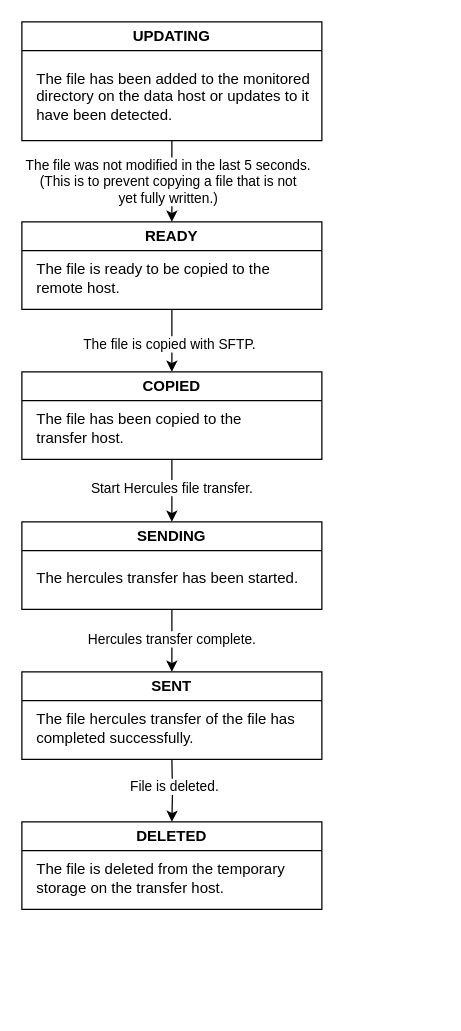
aaronbojarski/hercules_sftp_setup keeps this draw.io diagram as docs/file_states.drawio. Above is the earlier version. Source tidied: cells renumbered, new cells numbered last; positions are measured from the earlier drawing's top-left corner, leaving out a move shared by most shapes. Both pictures are drawn from the tidied source at 125%, with x=0, y=0 at pixel (21, 21).
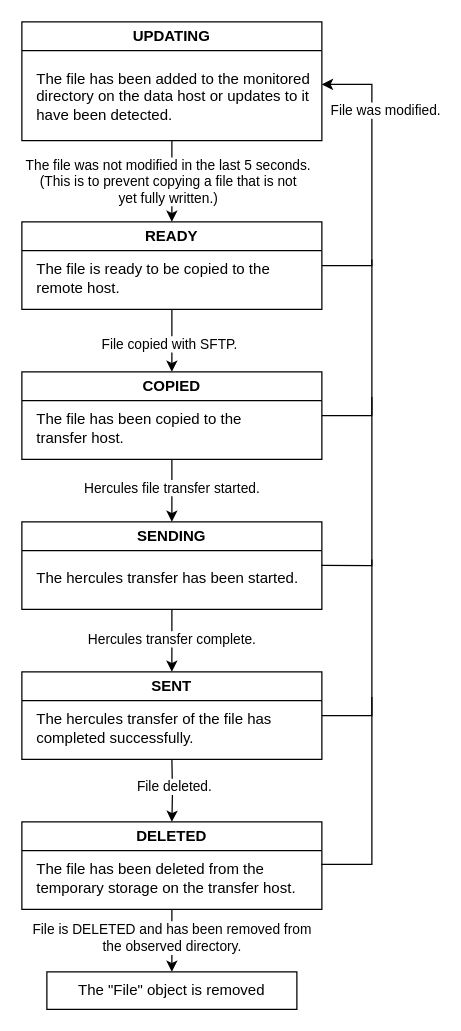
After the change.

The change refers to these unchanged cells:
```xml
<mxCell id="4" value="READY" style="swimlane;whiteSpace=wrap;html=1;" parent="1" vertex="1">
  <mxGeometry y="160" width="240" height="70" as="geometry" />
</mxCell>
<mxCell id="8" style="edgeStyle=orthogonalEdgeStyle;rounded=0;jettySize=auto;html=1;entryX=0.5;entryY=0;entryDx=0;entryDy=0;" parent="1" edge="1" source="10" target="16">
  <mxGeometry relative="1" as="geometry" />
</mxCell>
<mxCell id="10" value="COPIED" style="swimlane;whiteSpace=wrap;html=1;" parent="1" vertex="1">
  <mxGeometry y="280" width="240" height="70" as="geometry" />
</mxCell>
<mxCell id="12" style="endArrow=classic;html=1;rounded=0;exitX=0.5;exitY=1;exitDx=0;exitDy=0;entryX=0.5;entryY=0;entryDx=0;entryDy=0;" parent="1" edge="1" source="4" target="10">
  <mxGeometry relative="1" as="geometry" />
</mxCell>
<mxCell id="17" value="The hercules transfer has been started." style="text;html=1;align=left;verticalAlign=middle;points=[];strokeColor=none;fillColor=none;" parent="16" vertex="1">
  <mxGeometry x="10" y="30" width="230" height="30" as="geometry" />
</mxCell>
<mxCell id="18" value="SENT" style="swimlane;whiteSpace=wrap;html=1;" parent="1" vertex="1">
  <mxGeometry y="520" width="240" height="70" as="geometry" />
</mxCell>
<mxCell id="20" value="DELETED" style="swimlane;whiteSpace=wrap;html=1;" parent="1" vertex="1">
  <mxGeometry y="640" width="240" height="70" as="geometry" />
</mxCell>
<mxCell id="22" style="edgeStyle=orthogonalEdgeStyle;rounded=0;jettySize=auto;html=1;entryX=0.5;entryY=0;entryDx=0;entryDy=0;" parent="1" edge="1" target="20">
  <mxGeometry relative="1" as="geometry">
    <mxPoint x="120" y="590" as="sourcePoint" />
  </mxGeometry>
</mxCell>
```

Change to the diagram source:
```diff
@@
-    <mxCell id="9" value="Start Hercules file transfer." style="edgeLabel;html=1;align=center;verticalAlign=middle;" parent="8" vertex="1">
+    <mxCell id="9" value="Hercules file transfer started." style="edgeLabel;html=1;align=center;verticalAlign=middle;" parent="8" vertex="1">
       <mxGeometry x="-0.14" y="-1" relative="1" as="geometry" />
     </mxCell>
@@
-    <mxCell id="13" value="The file is copied with SFTP." style="edgeLabel;html=1;align=center;verticalAlign=middle;" parent="12" vertex="1">
+    <mxCell id="13" value="File copied with SFTP." style="edgeLabel;html=1;align=center;verticalAlign=middle;" parent="12" vertex="1">
       <mxGeometry x="0.06" y="-3" relative="1" as="geometry" />
     </mxCell>
@@
-    <mxCell id="19" value="The file hercules transfer of the file has &lt;br&gt;completed successfully." style="text;html=1;align=left;verticalAlign=middle;strokeColor=none;fillColor=none;" parent="18" vertex="1">
-      <mxGeometry x="10" y="25" width="230" height="40" as="geometry" />
+    <mxCell id="19" value="The hercules transfer of the file has &lt;br&gt;completed successfully." style="text;html=1;align=left;verticalAlign=middle;strokeColor=none;fillColor=none;" parent="18" vertex="1">
+      <mxGeometry x="10" y="25" width="210" height="40" as="geometry" />
     </mxCell>
@@
-    <mxCell id="21" value="The file is deleted from the temporary &lt;br&gt;storage on the transfer host." style="text;html=1;align=left;verticalAlign=middle;points=[];strokeColor=none;fillColor=none;" parent="20" vertex="1">
-      <mxGeometry x="10" y="25" width="220" height="40" as="geometry" />
+    <mxCell id="21" value="The file has been deleted from the&lt;br&gt;temporary storage on the transfer host." style="text;html=1;align=left;verticalAlign=middle;points=[];strokeColor=none;fillColor=none;" parent="20" vertex="1">
+      <mxGeometry x="10" y="25" width="230" height="40" as="geometry" />
     </mxCell>
@@
-    <mxCell id="23" value="File is deleted." style="edgeLabel;html=1;align=center;verticalAlign=middle;" parent="22" vertex="1">
+    <mxCell id="23" value="File deleted." style="edgeLabel;html=1;align=center;verticalAlign=middle;" parent="22" vertex="1">
       <mxGeometry x="-0.11" y="1" relative="1" as="geometry" />
     </mxCell>
+    <mxCell id="24" style="endArrow=classic;html=1;rounded=0;exitX=0.5;exitY=1;exitDx=0;exitDy=0;" parent="1" edge="1" source="20">
+      <mxGeometry relative="1" as="geometry">
+        <mxPoint x="120" y="760" as="targetPoint" />
+      </mxGeometry>
+    </mxCell>
+    <mxCell id="25" value="File is DELETED and has been removed from &lt;br&gt;the observed directory." style="edgeLabel;html=1;align=center;verticalAlign=middle;" parent="24" vertex="1">
+      <mxGeometry x="-0.13" y="-1" relative="1" as="geometry" />
+    </mxCell>
+    <mxCell id="26" value="The &quot;File&quot; object is removed" style="text;html=1;align=center;verticalAlign=middle;whiteSpace=wrap;rounded=0;fillColor=none;strokeColor=default;" parent="1" vertex="1">
+      <mxGeometry x="20" y="760" width="200" height="30" as="geometry" />
+    </mxCell>
+    <mxCell id="27" style="endArrow=classic;html=1;rounded=0;exitX=1;exitY=0.5;exitDx=0;exitDy=0;" parent="1" edge="1" source="4">
+      <mxGeometry relative="1" as="geometry">
+        <mxPoint x="240" y="50" as="targetPoint" />
+        <Array as="points">
+          <mxPoint x="280" y="195" />
+          <mxPoint x="280" y="50" />
+        </Array>
+      </mxGeometry>
+    </mxCell>
+    <mxCell id="28" value="File was modified." style="edgeLabel;html=1;align=center;verticalAlign=middle;" parent="27" vertex="1">
+      <mxGeometry x="0.43" relative="1" as="geometry">
+        <mxPoint x="10" y="-4" as="offset" />
+      </mxGeometry>
+    </mxCell>
+    <mxCell id="29" style="endArrow=none;html=1;rounded=0;exitX=1;exitY=0.5;exitDx=0;exitDy=0;" parent="1" edge="1" source="10">
+      <mxGeometry relative="1" as="geometry">
+        <mxPoint x="280" y="190" as="targetPoint" />
+        <Array as="points">
+          <mxPoint x="280" y="315" />
+        </Array>
+      </mxGeometry>
+    </mxCell>
+    <mxCell id="30" style="endArrow=none;html=1;rounded=0;exitX=0.998;exitY=0.16;exitDx=0;exitDy=0;exitPerimeter=0;" parent="1" edge="1" source="17">
+      <mxGeometry relative="1" as="geometry">
+        <mxPoint x="280" y="300" as="targetPoint" />
+        <Array as="points">
+          <mxPoint x="280" y="435" />
+        </Array>
+      </mxGeometry>
+    </mxCell>
+    <mxCell id="31" style="endArrow=none;html=1;rounded=0;exitX=1;exitY=0.5;exitDx=0;exitDy=0;" parent="1" edge="1" source="18">
+      <mxGeometry relative="1" as="geometry">
+        <mxPoint x="280" y="430" as="targetPoint" />
+        <Array as="points">
+          <mxPoint x="280" y="555" />
+        </Array>
+      </mxGeometry>
+    </mxCell>
+    <mxCell id="32" style="endArrow=none;html=1;rounded=0;exitX=0.998;exitY=0.225;exitDx=0;exitDy=0;exitPerimeter=0;" parent="1" edge="1" source="21">
+      <mxGeometry relative="1" as="geometry">
+        <mxPoint x="280" y="540" as="targetPoint" />
+        <Array as="points">
+          <mxPoint x="280" y="674" />
+        </Array>
+      </mxGeometry>
+    </mxCell>
```
